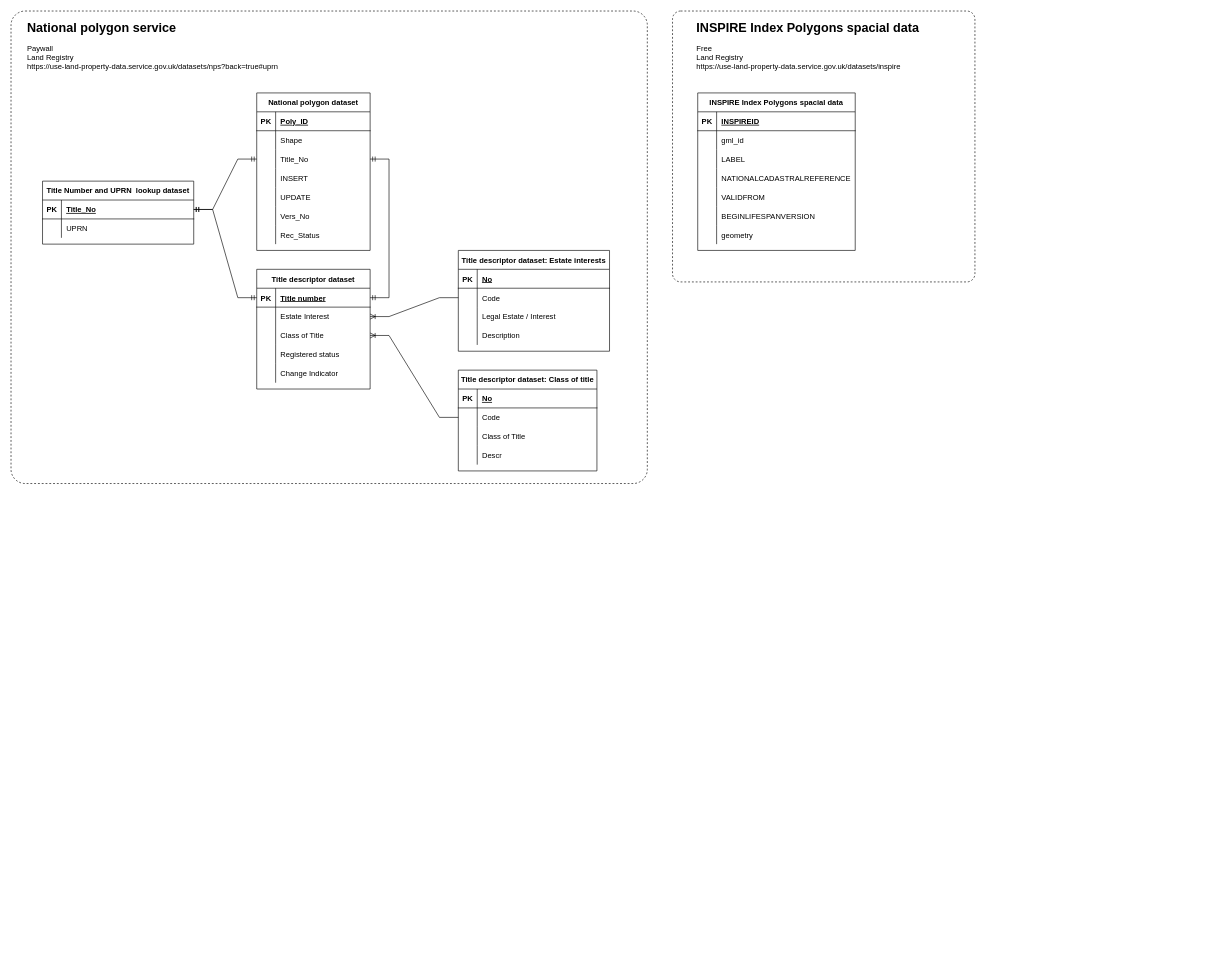
Earlier version of the draw.io diagram data-model/WRA Logical data model.drawio (welsh-revenue-authority/data-landscape). Source tidied: cells renumbered, new cells numbered last; positions are measured from the earlier drawing's top-left corner, leaving out a move shared by most shapes. Both pictures are drawn from the tidied source at 63%, with x=0, y=0 at pixel (11, 11).
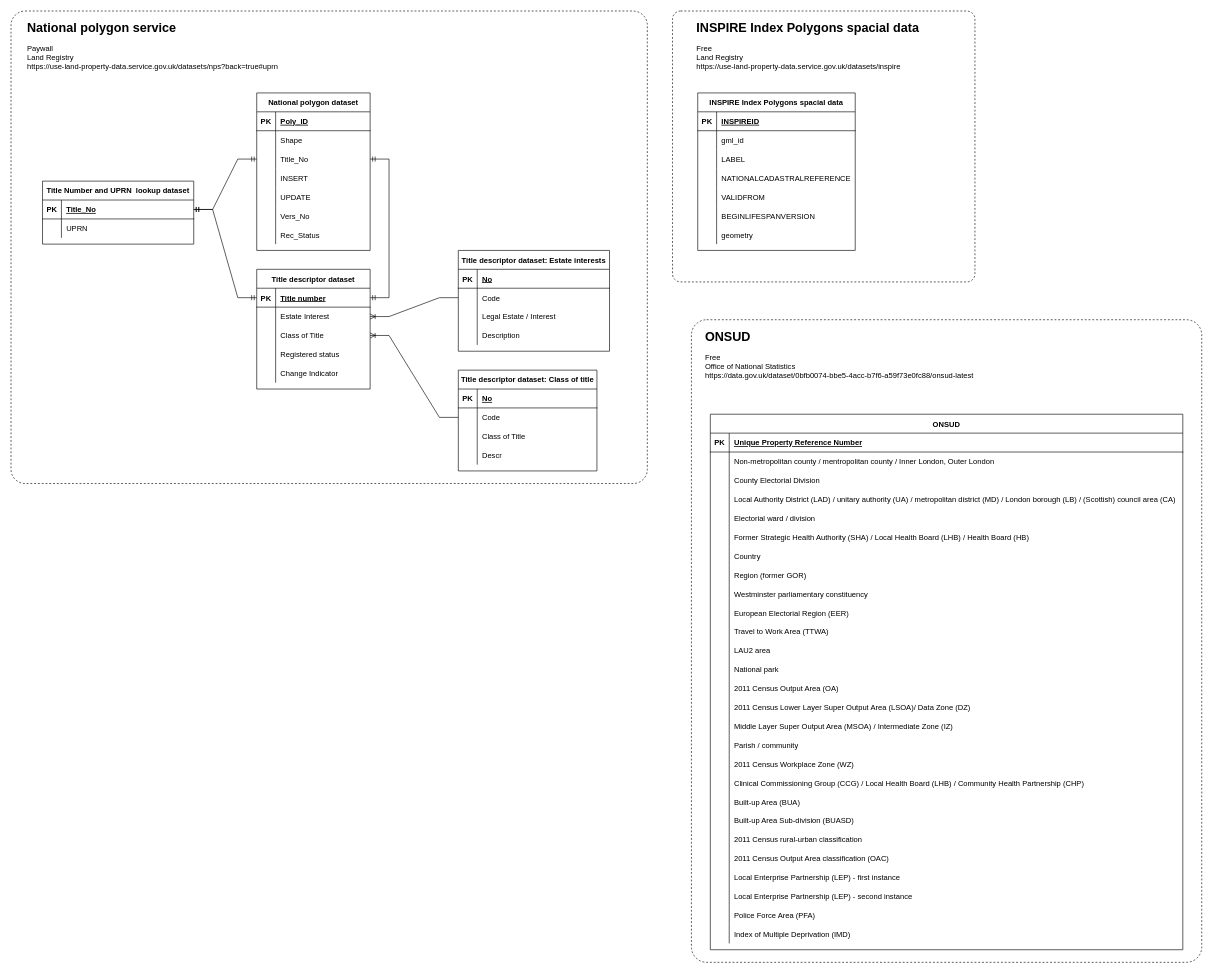
After the change.

What changed in the source:
```diff
@@
+    <mxCell id="104" style="rounded=1;whiteSpace=wrap;html=1;fillColor=none;dashed=1;arcSize=3;" parent="1" vertex="1">
+      <mxGeometry x="1080" y="490" width="810" height="1020" as="geometry" />
+    </mxCell>
@@
+    <mxCell id="105" value="ONSUD" style="shape=table;startSize=30;childLayout=tableLayout;rowLines=0;fontStyle=1;align=center;" parent="1" vertex="1">
+      <mxGeometry x="1110" y="640" width="750" height="850" as="geometry" />
+    </mxCell>
+    <mxCell id="106" style="shape=tableRow;horizontal=0;startSize=0;swimlaneHead=0;swimlaneBody=0;fillColor=none;top=0;left=0;right=0;bottom=1;" parent="105" vertex="1">
+      <mxGeometry y="30" width="750" height="30" as="geometry" />
+    </mxCell>
+    <mxCell id="107" value="PK" style="shape=partialRectangle;fillColor=none;top=0;left=0;bottom=0;right=0;fontStyle=1;overflow=hidden;" parent="106" vertex="1">
+      <mxGeometry width="30" height="30" as="geometry" />
+    </mxCell>
+    <mxCell id="108" value="Unique Property Reference Number" style="shape=partialRectangle;fillColor=none;top=0;left=0;bottom=0;right=0;align=left;spacingLeft=6;fontStyle=5;overflow=hidden;" parent="106" vertex="1">
+      <mxGeometry x="30" width="720" height="30" as="geometry" />
+    </mxCell>
+    <mxCell id="109" style="shape=tableRow;horizontal=0;startSize=0;swimlaneHead=0;swimlaneBody=0;fillColor=none;top=0;left=0;right=0;bottom=0;" parent="105" vertex="1">
+      <mxGeometry y="60" width="750" height="30" as="geometry" />
+    </mxCell>
+    <mxCell id="110" style="shape=partialRectangle;fillColor=none;top=0;left=0;bottom=0;right=0;overflow=hidden;" parent="109" vertex="1">
+      <mxGeometry width="30" height="30" as="geometry" />
+    </mxCell>
+    <mxCell id="111" value="Non-metropolitan county / mentropolitan county / Inner London, Outer London" style="shape=partialRectangle;fillColor=none;top=0;left=0;bottom=0;right=0;align=left;spacingLeft=6;overflow=hidden;" parent="109" vertex="1">
+      <mxGeometry x="30" width="720" height="30" as="geometry" />
+    </mxCell>
+    <mxCell id="112" style="shape=tableRow;horizontal=0;startSize=0;swimlaneHead=0;swimlaneBody=0;fillColor=none;top=0;left=0;right=0;bottom=0;" parent="105" vertex="1">
+      <mxGeometry y="90" width="750" height="30" as="geometry" />
+    </mxCell>
+    <mxCell id="113" style="shape=partialRectangle;fillColor=none;top=0;left=0;bottom=0;right=0;overflow=hidden;" parent="112" vertex="1">
+      <mxGeometry width="30" height="30" as="geometry" />
+    </mxCell>
+    <mxCell id="114" value="County Electorial Division" style="shape=partialRectangle;fillColor=none;top=0;left=0;bottom=0;right=0;align=left;spacingLeft=6;overflow=hidden;" parent="112" vertex="1">
+      <mxGeometry x="30" width="720" height="30" as="geometry" />
+    </mxCell>
+    <mxCell id="115" style="shape=tableRow;horizontal=0;startSize=0;swimlaneHead=0;swimlaneBody=0;fillColor=none;top=0;left=0;right=0;bottom=0;" parent="105" vertex="1">
+      <mxGeometry y="120" width="750" height="30" as="geometry" />
+    </mxCell>
+    <mxCell id="116" style="shape=partialRectangle;fillColor=none;top=0;left=0;bottom=0;right=0;overflow=hidden;" parent="115" vertex="1">
+      <mxGeometry width="30" height="30" as="geometry" />
+    </mxCell>
+    <mxCell id="117" value="Local Authority District (LAD) / unitary authority (UA) / metropolitan district (MD) / London borough (LB) / (Scottish) council area (CA)" style="shape=partialRectangle;fillColor=none;top=0;left=0;bottom=0;right=0;align=left;spacingLeft=6;overflow=hidden;" parent="115" vertex="1">
+      <mxGeometry x="30" width="720" height="30" as="geometry" />
+    </mxCell>
+    <mxCell id="118" style="shape=tableRow;horizontal=0;startSize=0;swimlaneHead=0;swimlaneBody=0;fillColor=none;top=0;left=0;right=0;bottom=0;" parent="105" vertex="1">
+      <mxGeometry y="150" width="750" height="30" as="geometry" />
+    </mxCell>
+    <mxCell id="119" style="shape=partialRectangle;fillColor=none;top=0;left=0;bottom=0;right=0;overflow=hidden;" parent="118" vertex="1">
+      <mxGeometry width="30" height="30" as="geometry" />
+    </mxCell>
+    <mxCell id="120" value="Electorial ward / division" style="shape=partialRectangle;fillColor=none;top=0;left=0;bottom=0;right=0;align=left;spacingLeft=6;overflow=hidden;" parent="118" vertex="1">
+      <mxGeometry x="30" width="720" height="30" as="geometry" />
+    </mxCell>
+    <mxCell id="121" style="shape=tableRow;horizontal=0;startSize=0;swimlaneHead=0;swimlaneBody=0;fillColor=none;top=0;left=0;right=0;bottom=0;" parent="105" vertex="1">
+      <mxGeometry y="180" width="750" height="30" as="geometry" />
+    </mxCell>
+    <mxCell id="122" style="shape=partialRectangle;fillColor=none;top=0;left=0;bottom=0;right=0;overflow=hidden;" parent="121" vertex="1">
+      <mxGeometry width="30" height="30" as="geometry" />
+    </mxCell>
+    <mxCell id="123" value="Former Strategic Health Authority (SHA) / Local Health Board (LHB) / Health Board (HB)" style="shape=partialRectangle;fillColor=none;top=0;left=0;bottom=0;right=0;align=left;spacingLeft=6;overflow=hidden;" parent="121" vertex="1">
+      <mxGeometry x="30" width="720" height="30" as="geometry" />
+    </mxCell>
+    <mxCell id="124" style="shape=tableRow;horizontal=0;startSize=0;swimlaneHead=0;swimlaneBody=0;fillColor=none;top=0;left=0;right=0;bottom=0;" parent="105" vertex="1">
+      <mxGeometry y="210" width="750" height="30" as="geometry" />
+    </mxCell>
+    <mxCell id="125" style="shape=partialRectangle;fillColor=none;top=0;left=0;bottom=0;right=0;overflow=hidden;" parent="124" vertex="1">
+      <mxGeometry width="30" height="30" as="geometry" />
+    </mxCell>
+    <mxCell id="126" value="Country" style="shape=partialRectangle;fillColor=none;top=0;left=0;bottom=0;right=0;align=left;spacingLeft=6;overflow=hidden;" parent="124" vertex="1">
+      <mxGeometry x="30" width="720" height="30" as="geometry" />
+    </mxCell>
+    <mxCell id="127" style="shape=tableRow;horizontal=0;startSize=0;swimlaneHead=0;swimlaneBody=0;fillColor=none;top=0;left=0;right=0;bottom=0;" parent="105" vertex="1">
+      <mxGeometry y="240" width="750" height="30" as="geometry" />
+    </mxCell>
+    <mxCell id="128" style="shape=partialRectangle;fillColor=none;top=0;left=0;bottom=0;right=0;overflow=hidden;" parent="127" vertex="1">
+      <mxGeometry width="30" height="30" as="geometry" />
+    </mxCell>
+    <mxCell id="129" value="Region (former GOR)" style="shape=partialRectangle;fillColor=none;top=0;left=0;bottom=0;right=0;align=left;spacingLeft=6;overflow=hidden;" parent="127" vertex="1">
+      <mxGeometry x="30" width="720" height="30" as="geometry" />
+    </mxCell>
+    <mxCell id="130" style="shape=tableRow;horizontal=0;startSize=0;swimlaneHead=0;swimlaneBody=0;fillColor=none;top=0;left=0;right=0;bottom=0;" parent="105" vertex="1">
+      <mxGeometry y="270" width="750" height="30" as="geometry" />
+    </mxCell>
+    <mxCell id="131" style="shape=partialRectangle;fillColor=none;top=0;left=0;bottom=0;right=0;overflow=hidden;" parent="130" vertex="1">
+      <mxGeometry width="30" height="30" as="geometry" />
+    </mxCell>
+    <mxCell id="132" value="Westminster parliamentary constituency" style="shape=partialRectangle;fillColor=none;top=0;left=0;bottom=0;right=0;align=left;spacingLeft=6;overflow=hidden;" parent="130" vertex="1">
+      <mxGeometry x="30" width="720" height="30" as="geometry" />
+    </mxCell>
+    <mxCell id="133" style="shape=tableRow;horizontal=0;startSize=0;swimlaneHead=0;swimlaneBody=0;fillColor=none;top=0;left=0;right=0;bottom=0;" parent="105" vertex="1">
+      <mxGeometry y="300" width="750" height="30" as="geometry" />
+    </mxCell>
+    <mxCell id="134" style="shape=partialRectangle;fillColor=none;top=0;left=0;bottom=0;right=0;overflow=hidden;" parent="133" vertex="1">
+      <mxGeometry width="30" height="30" as="geometry" />
+    </mxCell>
+    <mxCell id="135" value="European Electorial Region (EER)" style="shape=partialRectangle;fillColor=none;top=0;left=0;bottom=0;right=0;align=left;spacingLeft=6;overflow=hidden;" parent="133" vertex="1">
+      <mxGeometry x="30" width="720" height="30" as="geometry" />
+    </mxCell>
+    <mxCell id="136" style="shape=tableRow;horizontal=0;startSize=0;swimlaneHead=0;swimlaneBody=0;fillColor=none;top=0;left=0;right=0;bottom=0;" parent="105" vertex="1">
+      <mxGeometry y="330" width="750" height="30" as="geometry" />
+    </mxCell>
+    <mxCell id="137" style="shape=partialRectangle;fillColor=none;top=0;left=0;bottom=0;right=0;overflow=hidden;" parent="136" vertex="1">
+      <mxGeometry width="30" height="30" as="geometry" />
+    </mxCell>
+    <mxCell id="138" value="Travel to Work Area (TTWA)" style="shape=partialRectangle;fillColor=none;top=0;left=0;bottom=0;right=0;align=left;spacingLeft=6;overflow=hidden;" parent="136" vertex="1">
+      <mxGeometry x="30" width="720" height="30" as="geometry" />
+    </mxCell>
+    <mxCell id="139" style="shape=tableRow;horizontal=0;startSize=0;swimlaneHead=0;swimlaneBody=0;fillColor=none;top=0;left=0;right=0;bottom=0;" parent="105" vertex="1">
+      <mxGeometry y="360" width="750" height="30" as="geometry" />
+    </mxCell>
+    <mxCell id="140" style="shape=partialRectangle;fillColor=none;top=0;left=0;bottom=0;right=0;overflow=hidden;" parent="139" vertex="1">
+      <mxGeometry width="30" height="30" as="geometry" />
+    </mxCell>
+    <mxCell id="141" value="LAU2 area" style="shape=partialRectangle;fillColor=none;top=0;left=0;bottom=0;right=0;align=left;spacingLeft=6;overflow=hidden;" parent="139" vertex="1">
+      <mxGeometry x="30" width="720" height="30" as="geometry" />
+    </mxCell>
+    <mxCell id="142" style="shape=tableRow;horizontal=0;startSize=0;swimlaneHead=0;swimlaneBody=0;fillColor=none;top=0;left=0;right=0;bottom=0;" parent="105" vertex="1">
+      <mxGeometry y="390" width="750" height="30" as="geometry" />
+    </mxCell>
+    <mxCell id="143" style="shape=partialRectangle;fillColor=none;top=0;left=0;bottom=0;right=0;overflow=hidden;" parent="142" vertex="1">
+      <mxGeometry width="30" height="30" as="geometry" />
+    </mxCell>
+    <mxCell id="144" value="National park" style="shape=partialRectangle;fillColor=none;top=0;left=0;bottom=0;right=0;align=left;spacingLeft=6;overflow=hidden;" parent="142" vertex="1">
+      <mxGeometry x="30" width="720" height="30" as="geometry" />
+    </mxCell>
+    <mxCell id="145" style="shape=tableRow;horizontal=0;startSize=0;swimlaneHead=0;swimlaneBody=0;fillColor=none;top=0;left=0;right=0;bottom=0;" parent="105" vertex="1">
+      <mxGeometry y="420" width="750" height="30" as="geometry" />
+    </mxCell>
+    <mxCell id="146" style="shape=partialRectangle;fillColor=none;top=0;left=0;bottom=0;right=0;overflow=hidden;" parent="145" vertex="1">
+      <mxGeometry width="30" height="30" as="geometry" />
+    </mxCell>
+    <mxCell id="147" value="2011 Census Output Area (OA)" style="shape=partialRectangle;fillColor=none;top=0;left=0;bottom=0;right=0;align=left;spacingLeft=6;overflow=hidden;" parent="145" vertex="1">
+      <mxGeometry x="30" width="720" height="30" as="geometry" />
+    </mxCell>
+    <mxCell id="148" style="shape=tableRow;horizontal=0;startSize=0;swimlaneHead=0;swimlaneBody=0;fillColor=none;top=0;left=0;right=0;bottom=0;" parent="105" vertex="1">
+      <mxGeometry y="450" width="750" height="30" as="geometry" />
+    </mxCell>
+    <mxCell id="149" style="shape=partialRectangle;fillColor=none;top=0;left=0;bottom=0;right=0;overflow=hidden;" parent="148" vertex="1">
+      <mxGeometry width="30" height="30" as="geometry" />
+    </mxCell>
+    <mxCell id="150" value="2011 Census Lower Layer Super Output Area (LSOA)/ Data Zone (DZ)" style="shape=partialRectangle;fillColor=none;top=0;left=0;bottom=0;right=0;align=left;spacingLeft=6;overflow=hidden;" parent="148" vertex="1">
+      <mxGeometry x="30" width="720" height="30" as="geometry" />
+    </mxCell>
+    <mxCell id="151" style="shape=tableRow;horizontal=0;startSize=0;swimlaneHead=0;swimlaneBody=0;fillColor=none;top=0;left=0;right=0;bottom=0;" parent="105" vertex="1">
+      <mxGeometry y="480" width="750" height="30" as="geometry" />
+    </mxCell>
+    <mxCell id="152" style="shape=partialRectangle;fillColor=none;top=0;left=0;bottom=0;right=0;overflow=hidden;" parent="151" vertex="1">
+      <mxGeometry width="30" height="30" as="geometry" />
+    </mxCell>
+    <mxCell id="153" value="Middle Layer Super Output Area (MSOA) / Intermediate Zone (IZ)" style="shape=partialRectangle;fillColor=none;top=0;left=0;bottom=0;right=0;align=left;spacingLeft=6;overflow=hidden;" parent="151" vertex="1">
+      <mxGeometry x="30" width="720" height="30" as="geometry" />
+    </mxCell>
+    <mxCell id="154" style="shape=tableRow;horizontal=0;startSize=0;swimlaneHead=0;swimlaneBody=0;fillColor=none;top=0;left=0;right=0;bottom=0;" parent="105" vertex="1">
+      <mxGeometry y="510" width="750" height="30" as="geometry" />
+    </mxCell>
+    <mxCell id="155" style="shape=partialRectangle;fillColor=none;top=0;left=0;bottom=0;right=0;overflow=hidden;" parent="154" vertex="1">
+      <mxGeometry width="30" height="30" as="geometry" />
+    </mxCell>
+    <mxCell id="156" value="Parish / community" style="shape=partialRectangle;fillColor=none;top=0;left=0;bottom=0;right=0;align=left;spacingLeft=6;overflow=hidden;" parent="154" vertex="1">
+      <mxGeometry x="30" width="720" height="30" as="geometry" />
+    </mxCell>
+    <mxCell id="157" style="shape=tableRow;horizontal=0;startSize=0;swimlaneHead=0;swimlaneBody=0;fillColor=none;top=0;left=0;right=0;bottom=0;" parent="105" vertex="1">
+      <mxGeometry y="540" width="750" height="30" as="geometry" />
+    </mxCell>
+    <mxCell id="158" style="shape=partialRectangle;fillColor=none;top=0;left=0;bottom=0;right=0;overflow=hidden;" parent="157" vertex="1">
+      <mxGeometry width="30" height="30" as="geometry" />
+    </mxCell>
+    <mxCell id="159" value="2011 Census Workplace Zone (WZ)" style="shape=partialRectangle;fillColor=none;top=0;left=0;bottom=0;right=0;align=left;spacingLeft=6;overflow=hidden;" parent="157" vertex="1">
+      <mxGeometry x="30" width="720" height="30" as="geometry" />
+    </mxCell>
+    <mxCell id="160" style="shape=tableRow;horizontal=0;startSize=0;swimlaneHead=0;swimlaneBody=0;fillColor=none;top=0;left=0;right=0;bottom=0;" parent="105" vertex="1">
+      <mxGeometry y="570" width="750" height="30" as="geometry" />
+    </mxCell>
+    <mxCell id="161" style="shape=partialRectangle;fillColor=none;top=0;left=0;bottom=0;right=0;overflow=hidden;" parent="160" vertex="1">
+      <mxGeometry width="30" height="30" as="geometry" />
+    </mxCell>
+    <mxCell id="162" value="Clinical Commissioning Group (CCG) / Local Health Board (LHB) / Community Health Partnership (CHP)" style="shape=partialRectangle;fillColor=none;top=0;left=0;bottom=0;right=0;align=left;spacingLeft=6;overflow=hidden;" parent="160" vertex="1">
+      <mxGeometry x="30" width="720" height="30" as="geometry" />
+    </mxCell>
+    <mxCell id="163" style="shape=tableRow;horizontal=0;startSize=0;swimlaneHead=0;swimlaneBody=0;fillColor=none;top=0;left=0;right=0;bottom=0;" parent="105" vertex="1">
+      <mxGeometry y="600" width="750" height="30" as="geometry" />
+    </mxCell>
+    <mxCell id="164" style="shape=partialRectangle;fillColor=none;top=0;left=0;bottom=0;right=0;overflow=hidden;" parent="163" vertex="1">
+      <mxGeometry width="30" height="30" as="geometry" />
+    </mxCell>
+    <mxCell id="165" value="Built-up Area (BUA)" style="shape=partialRectangle;fillColor=none;top=0;left=0;bottom=0;right=0;align=left;spacingLeft=6;overflow=hidden;" parent="163" vertex="1">
+      <mxGeometry x="30" width="720" height="30" as="geometry" />
+    </mxCell>
+    <mxCell id="166" style="shape=tableRow;horizontal=0;startSize=0;swimlaneHead=0;swimlaneBody=0;fillColor=none;top=0;left=0;right=0;bottom=0;" parent="105" vertex="1">
+      <mxGeometry y="630" width="750" height="30" as="geometry" />
+    </mxCell>
+    <mxCell id="167" style="shape=partialRectangle;fillColor=none;top=0;left=0;bottom=0;right=0;overflow=hidden;" parent="166" vertex="1">
+      <mxGeometry width="30" height="30" as="geometry" />
+    </mxCell>
+    <mxCell id="168" value="Built-up Area Sub-division (BUASD)" style="shape=partialRectangle;fillColor=none;top=0;left=0;bottom=0;right=0;align=left;spacingLeft=6;overflow=hidden;" parent="166" vertex="1">
+      <mxGeometry x="30" width="720" height="30" as="geometry" />
+    </mxCell>
+    <mxCell id="169" style="shape=tableRow;horizontal=0;startSize=0;swimlaneHead=0;swimlaneBody=0;fillColor=none;top=0;left=0;right=0;bottom=0;" parent="105" vertex="1">
+      <mxGeometry y="660" width="750" height="30" as="geometry" />
+    </mxCell>
+    <mxCell id="170" style="shape=partialRectangle;fillColor=none;top=0;left=0;bottom=0;right=0;overflow=hidden;" parent="169" vertex="1">
+      <mxGeometry width="30" height="30" as="geometry" />
+    </mxCell>
+    <mxCell id="171" value="2011 Census rural-urban classification" style="shape=partialRectangle;fillColor=none;top=0;left=0;bottom=0;right=0;align=left;spacingLeft=6;overflow=hidden;" parent="169" vertex="1">
+      <mxGeometry x="30" width="720" height="30" as="geometry" />
+    </mxCell>
+    <mxCell id="172" style="shape=tableRow;horizontal=0;startSize=0;swimlaneHead=0;swimlaneBody=0;fillColor=none;top=0;left=0;right=0;bottom=0;" parent="105" vertex="1">
+      <mxGeometry y="690" width="750" height="30" as="geometry" />
+    </mxCell>
+    <mxCell id="173" style="shape=partialRectangle;fillColor=none;top=0;left=0;bottom=0;right=0;overflow=hidden;" parent="172" vertex="1">
+      <mxGeometry width="30" height="30" as="geometry" />
+    </mxCell>
+    <mxCell id="174" value="2011 Census Output Area classification (OAC)" style="shape=partialRectangle;fillColor=none;top=0;left=0;bottom=0;right=0;align=left;spacingLeft=6;overflow=hidden;" parent="172" vertex="1">
+      <mxGeometry x="30" width="720" height="30" as="geometry" />
+    </mxCell>
+    <mxCell id="175" style="shape=tableRow;horizontal=0;startSize=0;swimlaneHead=0;swimlaneBody=0;fillColor=none;top=0;left=0;right=0;bottom=0;" parent="105" vertex="1">
+      <mxGeometry y="720" width="750" height="30" as="geometry" />
+    </mxCell>
+    <mxCell id="176" style="shape=partialRectangle;fillColor=none;top=0;left=0;bottom=0;right=0;overflow=hidden;" parent="175" vertex="1">
+      <mxGeometry width="30" height="30" as="geometry" />
+    </mxCell>
+    <mxCell id="177" value="Local Enterprise Partnership (LEP) - first instance" style="shape=partialRectangle;fillColor=none;top=0;left=0;bottom=0;right=0;align=left;spacingLeft=6;overflow=hidden;" parent="175" vertex="1">
+      <mxGeometry x="30" width="720" height="30" as="geometry" />
+    </mxCell>
+    <mxCell id="178" style="shape=tableRow;horizontal=0;startSize=0;swimlaneHead=0;swimlaneBody=0;fillColor=none;top=0;left=0;right=0;bottom=0;" parent="105" vertex="1">
+      <mxGeometry y="750" width="750" height="30" as="geometry" />
+    </mxCell>
+    <mxCell id="179" style="shape=partialRectangle;fillColor=none;top=0;left=0;bottom=0;right=0;overflow=hidden;" parent="178" vertex="1">
+      <mxGeometry width="30" height="30" as="geometry" />
+    </mxCell>
+    <mxCell id="180" value="Local Enterprise Partnership (LEP) - second instance" style="shape=partialRectangle;fillColor=none;top=0;left=0;bottom=0;right=0;align=left;spacingLeft=6;overflow=hidden;" parent="178" vertex="1">
+      <mxGeometry x="30" width="720" height="30" as="geometry" />
+    </mxCell>
+    <mxCell id="181" style="shape=tableRow;horizontal=0;startSize=0;swimlaneHead=0;swimlaneBody=0;fillColor=none;top=0;left=0;right=0;bottom=0;" parent="105" vertex="1">
+      <mxGeometry y="780" width="750" height="30" as="geometry" />
+    </mxCell>
+    <mxCell id="182" style="shape=partialRectangle;fillColor=none;top=0;left=0;bottom=0;right=0;overflow=hidden;" parent="181" vertex="1">
+      <mxGeometry width="30" height="30" as="geometry" />
+    </mxCell>
+    <mxCell id="183" value="Police Force Area (PFA)" style="shape=partialRectangle;fillColor=none;top=0;left=0;bottom=0;right=0;align=left;spacingLeft=6;overflow=hidden;" parent="181" vertex="1">
+      <mxGeometry x="30" width="720" height="30" as="geometry" />
+    </mxCell>
+    <mxCell id="184" style="shape=tableRow;horizontal=0;startSize=0;swimlaneHead=0;swimlaneBody=0;fillColor=none;top=0;left=0;right=0;bottom=0;" parent="105" vertex="1">
+      <mxGeometry y="810" width="750" height="30" as="geometry" />
+    </mxCell>
+    <mxCell id="185" style="shape=partialRectangle;fillColor=none;top=0;left=0;bottom=0;right=0;overflow=hidden;" parent="184" vertex="1">
+      <mxGeometry width="30" height="30" as="geometry" />
+    </mxCell>
+    <mxCell id="186" value="Index of Multiple Deprivation (IMD)" style="shape=partialRectangle;fillColor=none;top=0;left=0;bottom=0;right=0;align=left;spacingLeft=6;overflow=hidden;" parent="184" vertex="1">
+      <mxGeometry x="30" width="720" height="30" as="geometry" />
+    </mxCell>
+    <mxCell id="187" value="&lt;div&gt;&lt;font size=&quot;1&quot;&gt;&lt;b style=&quot;font-size: 20px&quot;&gt;ONSUD&lt;br&gt;&lt;/b&gt;&lt;/font&gt;&lt;/div&gt;&lt;div&gt;&lt;br&gt;&lt;/div&gt;&lt;div&gt;Free&lt;/div&gt;&lt;div&gt;Office of National Statistics&lt;br&gt;&lt;/div&gt;&lt;div&gt;https://data.gov.uk/dataset/0bfb0074-bbe5-4acc-b7f6-a59f73e0fc88/onsud-latest&lt;br&gt;&lt;/div&gt;" style="rounded=0;whiteSpace=wrap;html=1;dashed=1;fillColor=none;strokeColor=none;align=left;" parent="1" vertex="1">
+      <mxGeometry x="1100" y="500" width="440" height="90" as="geometry" />
+    </mxCell>
```
